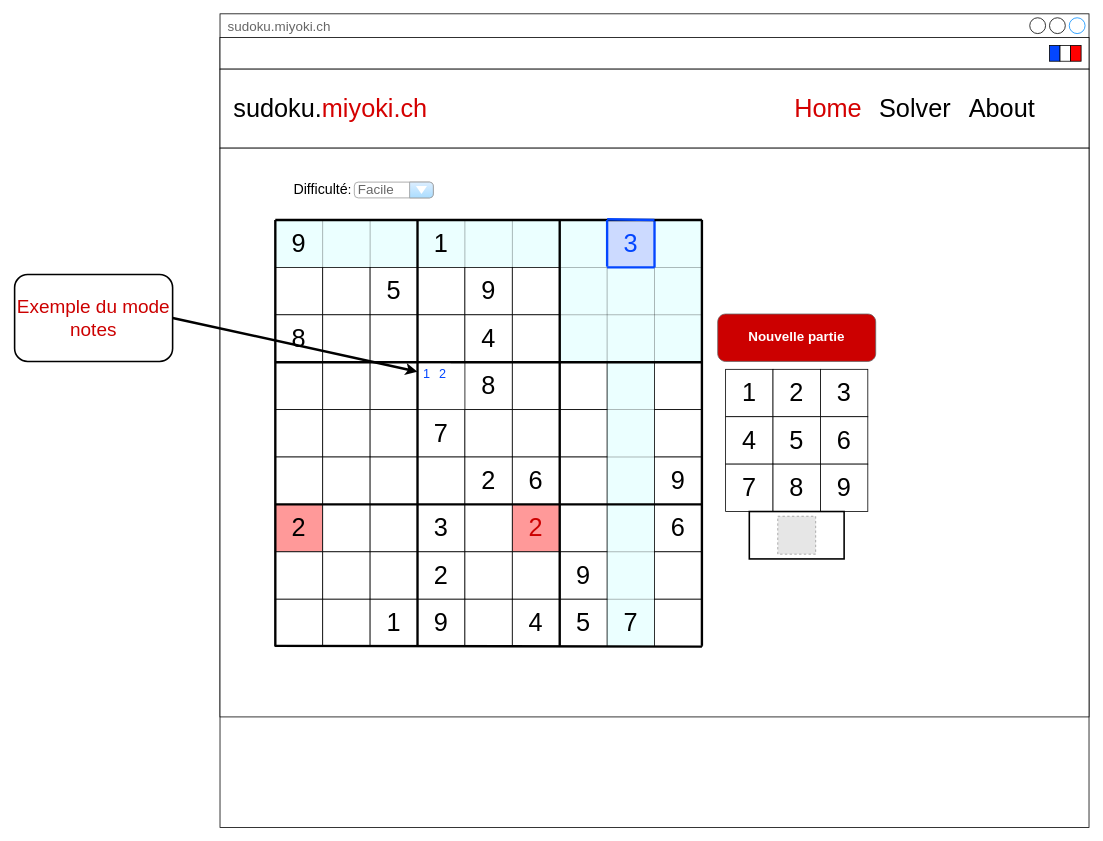
This is wireframe/wireframe.drawio from miyokidev/sudoku-client-react, a draw.io file, before an edit. Source tidied: cells renumbered, new cells numbered last; positions are measured from the earlier drawing's top-left corner, leaving out a move shared by most shapes. Both pictures are drawn from the tidied source at 79%, with x=0, y=0 at pixel (14, 13). Pictures stored in the file or linked from it are replaced by grey dashed boxes.
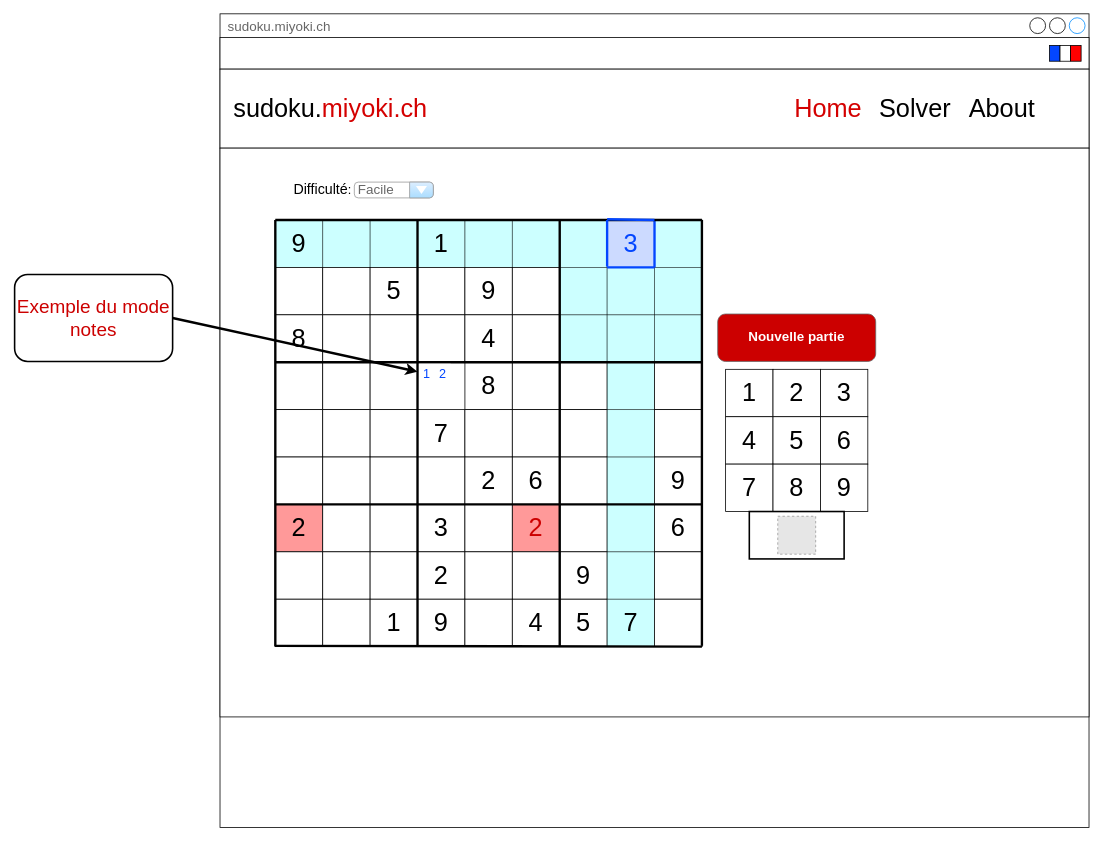
After the change.

Commit message:
Modification wireframe

Unchanged cells that the change refers to:
```xml
<mxCell id="20" style="group;" parent="19" vertex="1">
  <mxGeometry x="330" y="261" width="540" height="540" as="geometry" />
</mxCell>
```

The edit, as a diff of the source:
```diff
@@
-    <mxCell id="27" value="9" style="rounded=0;whiteSpace=wrap;html=1;shadow=0;glass=0;sketch=0;strokeColor=#000000;fontSize=32;align=center;fillColor=#99FFFF;opacity=20;" parent="20" vertex="1">
+    <mxCell id="27" value="9" style="rounded=0;whiteSpace=wrap;html=1;shadow=0;glass=0;sketch=0;strokeColor=#000000;fontSize=32;align=center;fillColor=#99FFFF;opacity=50;" parent="20" vertex="1">
       <mxGeometry width="60" height="60" as="geometry" />
     </mxCell>
-    <mxCell id="28" style="rounded=0;whiteSpace=wrap;html=1;shadow=0;glass=0;sketch=0;strokeColor=#000000;fontSize=32;fillColor=#99FFFF;opacity=20;" parent="20" vertex="1">
+    <mxCell id="28" style="rounded=0;whiteSpace=wrap;html=1;shadow=0;glass=0;sketch=0;strokeColor=#000000;fontSize=32;fillColor=#99FFFF;opacity=50;" parent="20" vertex="1">
       <mxGeometry x="60" width="60" height="60" as="geometry" />
     </mxCell>
-    <mxCell id="29" style="rounded=0;whiteSpace=wrap;html=1;shadow=0;glass=0;sketch=0;strokeColor=#000000;fontSize=32;fillColor=#99FFFF;opacity=20;" parent="20" vertex="1">
+    <mxCell id="29" style="rounded=0;whiteSpace=wrap;html=1;shadow=0;glass=0;sketch=0;strokeColor=#000000;fontSize=32;fillColor=#99FFFF;opacity=50;" parent="20" vertex="1">
       <mxGeometry x="120" width="60" height="60" as="geometry" />
     </mxCell>
@@
-    <mxCell id="36" value="1" style="rounded=0;whiteSpace=wrap;html=1;shadow=0;glass=0;sketch=0;strokeColor=#000000;fontSize=32;fillColor=#99FFFF;opacity=20;" parent="20" vertex="1">
+    <mxCell id="36" value="1" style="rounded=0;whiteSpace=wrap;html=1;shadow=0;glass=0;sketch=0;strokeColor=#000000;fontSize=32;fillColor=#99FFFF;opacity=50;" parent="20" vertex="1">
       <mxGeometry x="180" width="60" height="60" as="geometry" />
     </mxCell>
-    <mxCell id="37" style="rounded=0;whiteSpace=wrap;html=1;shadow=0;glass=0;sketch=0;strokeColor=#000000;fontSize=32;fillColor=#99FFFF;opacity=20;" parent="20" vertex="1">
+    <mxCell id="37" style="rounded=0;whiteSpace=wrap;html=1;shadow=0;glass=0;sketch=0;strokeColor=#000000;fontSize=32;fillColor=#99FFFF;opacity=50;" parent="20" vertex="1">
       <mxGeometry x="240" width="60" height="60" as="geometry" />
     </mxCell>
-    <mxCell id="38" style="rounded=0;whiteSpace=wrap;html=1;shadow=0;glass=0;sketch=0;strokeColor=#000000;fontSize=32;fillColor=#99FFFF;opacity=20;" parent="20" vertex="1">
+    <mxCell id="38" style="rounded=0;whiteSpace=wrap;html=1;shadow=0;glass=0;sketch=0;strokeColor=#000000;fontSize=32;fillColor=#99FFFF;opacity=50;" parent="20" vertex="1">
       <mxGeometry x="300" width="60" height="60" as="geometry" />
     </mxCell>
@@
-    <mxCell id="45" style="rounded=0;whiteSpace=wrap;html=1;shadow=0;glass=0;sketch=0;strokeColor=#000000;fontSize=32;fillColor=#99FFFF;opacity=20;" parent="20" vertex="1">
+    <mxCell id="45" style="rounded=0;whiteSpace=wrap;html=1;shadow=0;glass=0;sketch=0;strokeColor=#000000;fontSize=32;fillColor=#99FFFF;opacity=50;" parent="20" vertex="1">
       <mxGeometry x="360" width="60" height="60" as="geometry" />
     </mxCell>
-    <mxCell id="46" style="rounded=0;whiteSpace=wrap;html=1;shadow=0;glass=0;sketch=0;strokeColor=#000000;fontSize=32;fillColor=#99FFFF;opacity=20;" parent="20" vertex="1">
+    <mxCell id="46" style="rounded=0;whiteSpace=wrap;html=1;shadow=0;glass=0;sketch=0;strokeColor=#000000;fontSize=32;fillColor=#99FFFF;opacity=50;" parent="20" vertex="1">
       <mxGeometry x="480" width="60" height="60" as="geometry" />
     </mxCell>
-    <mxCell id="47" style="rounded=0;whiteSpace=wrap;html=1;shadow=0;glass=0;sketch=0;strokeColor=#000000;fontSize=32;opacity=20;fillColor=#99FFFF;" parent="20" vertex="1">
+    <mxCell id="47" style="rounded=0;whiteSpace=wrap;html=1;shadow=0;glass=0;sketch=0;strokeColor=#000000;fontSize=32;opacity=50;fillColor=#99FFFF;" parent="20" vertex="1">
       <mxGeometry x="360" y="60" width="60" height="60" as="geometry" />
     </mxCell>
-    <mxCell id="48" style="rounded=0;whiteSpace=wrap;html=1;shadow=0;glass=0;sketch=0;strokeColor=#000000;fontSize=32;fillColor=#99FFFF;opacity=20;" parent="20" vertex="1">
+    <mxCell id="48" style="rounded=0;whiteSpace=wrap;html=1;shadow=0;glass=0;sketch=0;strokeColor=#000000;fontSize=32;fillColor=#99FFFF;opacity=50;" parent="20" vertex="1">
       <mxGeometry x="420" y="60" width="60" height="60" as="geometry" />
     </mxCell>
-    <mxCell id="49" style="rounded=0;whiteSpace=wrap;html=1;shadow=0;glass=0;sketch=0;strokeColor=#000000;fontSize=32;opacity=20;fillColor=#99FFFF;" parent="20" vertex="1">
+    <mxCell id="49" style="rounded=0;whiteSpace=wrap;html=1;shadow=0;glass=0;sketch=0;strokeColor=#000000;fontSize=32;opacity=50;fillColor=#99FFFF;" parent="20" vertex="1">
       <mxGeometry x="480" y="60" width="60" height="60" as="geometry" />
     </mxCell>
-    <mxCell id="50" style="rounded=0;whiteSpace=wrap;html=1;shadow=0;glass=0;sketch=0;strokeColor=#000000;fontSize=32;opacity=20;fillColor=#99FFFF;" parent="20" vertex="1">
+    <mxCell id="50" style="rounded=0;whiteSpace=wrap;html=1;shadow=0;glass=0;sketch=0;strokeColor=#000000;fontSize=32;opacity=50;fillColor=#99FFFF;" parent="20" vertex="1">
       <mxGeometry x="360" y="120" width="60" height="60" as="geometry" />
     </mxCell>
-    <mxCell id="51" style="rounded=0;whiteSpace=wrap;html=1;shadow=0;glass=0;sketch=0;strokeColor=#000000;fontSize=32;fillColor=#99FFFF;opacity=20;" parent="20" vertex="1">
+    <mxCell id="51" style="rounded=0;whiteSpace=wrap;html=1;shadow=0;glass=0;sketch=0;strokeColor=#000000;fontSize=32;fillColor=#99FFFF;opacity=50;" parent="20" vertex="1">
       <mxGeometry x="420" y="120" width="60" height="60" as="geometry" />
     </mxCell>
-    <mxCell id="52" style="rounded=0;whiteSpace=wrap;html=1;shadow=0;glass=0;sketch=0;strokeColor=#000000;fontSize=32;opacity=20;fillColor=#99FFFF;" parent="20" vertex="1">
+    <mxCell id="52" style="rounded=0;whiteSpace=wrap;html=1;shadow=0;glass=0;sketch=0;strokeColor=#000000;fontSize=32;opacity=50;fillColor=#99FFFF;" parent="20" vertex="1">
       <mxGeometry x="480" y="120" width="60" height="60" as="geometry" />
     </mxCell>
@@
-    <mxCell id="72" style="rounded=0;whiteSpace=wrap;html=1;shadow=0;glass=0;sketch=0;strokeColor=#000000;fontSize=32;fillColor=#99FFFF;opacity=20;" parent="20" vertex="1">
+    <mxCell id="72" style="rounded=0;whiteSpace=wrap;html=1;shadow=0;glass=0;sketch=0;strokeColor=#000000;fontSize=32;fillColor=#99FFFF;opacity=50;" parent="20" vertex="1">
       <mxGeometry x="420" y="180" width="60" height="60" as="geometry" />
     </mxCell>
@@
-    <mxCell id="75" style="rounded=0;whiteSpace=wrap;html=1;shadow=0;glass=0;sketch=0;strokeColor=#000000;fontSize=32;fillColor=#99FFFF;opacity=20;" parent="20" vertex="1">
+    <mxCell id="75" style="rounded=0;whiteSpace=wrap;html=1;shadow=0;glass=0;sketch=0;strokeColor=#000000;fontSize=32;fillColor=#99FFFF;opacity=50;" parent="20" vertex="1">
       <mxGeometry x="420" y="240" width="60" height="60" as="geometry" />
     </mxCell>
@@
-    <mxCell id="78" style="rounded=0;whiteSpace=wrap;html=1;shadow=0;glass=0;sketch=0;strokeColor=#000000;fontSize=32;fillColor=#99FFFF;opacity=20;" parent="20" vertex="1">
+    <mxCell id="78" style="rounded=0;whiteSpace=wrap;html=1;shadow=0;glass=0;sketch=0;strokeColor=#000000;fontSize=32;fillColor=#99FFFF;opacity=50;" parent="20" vertex="1">
       <mxGeometry x="420" y="300" width="60" height="60" as="geometry" />
     </mxCell>
@@
-    <mxCell id="99" style="rounded=0;whiteSpace=wrap;html=1;shadow=0;glass=0;sketch=0;strokeColor=#000000;fontSize=32;fillColor=#99FFFF;opacity=20;" parent="20" vertex="1">
+    <mxCell id="99" style="rounded=0;whiteSpace=wrap;html=1;shadow=0;glass=0;sketch=0;strokeColor=#000000;fontSize=32;fillColor=#99FFFF;opacity=50;" parent="20" vertex="1">
       <mxGeometry x="420" y="360" width="60" height="60" as="geometry" />
     </mxCell>
@@
-    <mxCell id="102" style="rounded=0;whiteSpace=wrap;html=1;shadow=0;glass=0;sketch=0;strokeColor=#000000;fontSize=32;fillColor=#99FFFF;opacity=20;" parent="20" vertex="1">
+    <mxCell id="102" style="rounded=0;whiteSpace=wrap;html=1;shadow=0;glass=0;sketch=0;strokeColor=#000000;fontSize=32;fillColor=#99FFFF;opacity=50;" parent="20" vertex="1">
       <mxGeometry x="420" y="420" width="60" height="60" as="geometry" />
     </mxCell>
@@
-    <mxCell id="105" value="7" style="rounded=0;whiteSpace=wrap;html=1;shadow=0;glass=0;sketch=0;strokeColor=#000000;fontSize=32;fillColor=#99FFFF;opacity=20;" parent="20" vertex="1">
+    <mxCell id="105" value="7" style="rounded=0;whiteSpace=wrap;html=1;shadow=0;glass=0;sketch=0;strokeColor=#000000;fontSize=32;fillColor=#99FFFF;opacity=50;" parent="20" vertex="1">
       <mxGeometry x="420" y="480" width="60" height="60" as="geometry" />
     </mxCell>
```
